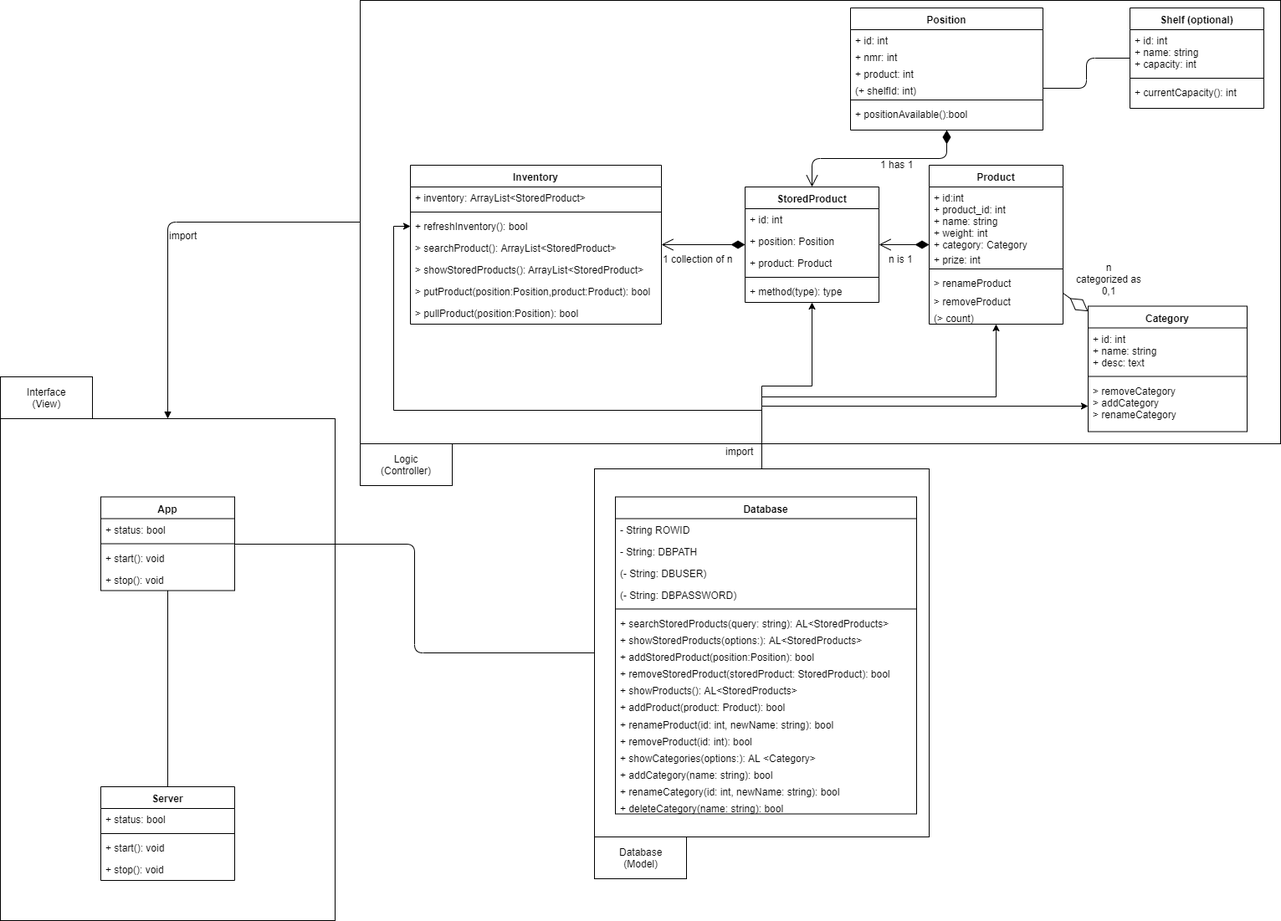
The draw.io diagram dev/models/UML Klassendiagram.png in callidaria/pen-testing, before a commit. Source tidied: cells renumbered, new cells last; positions are measured from the earlier drawing's top-left corner, leaving out a move shared by most shapes.
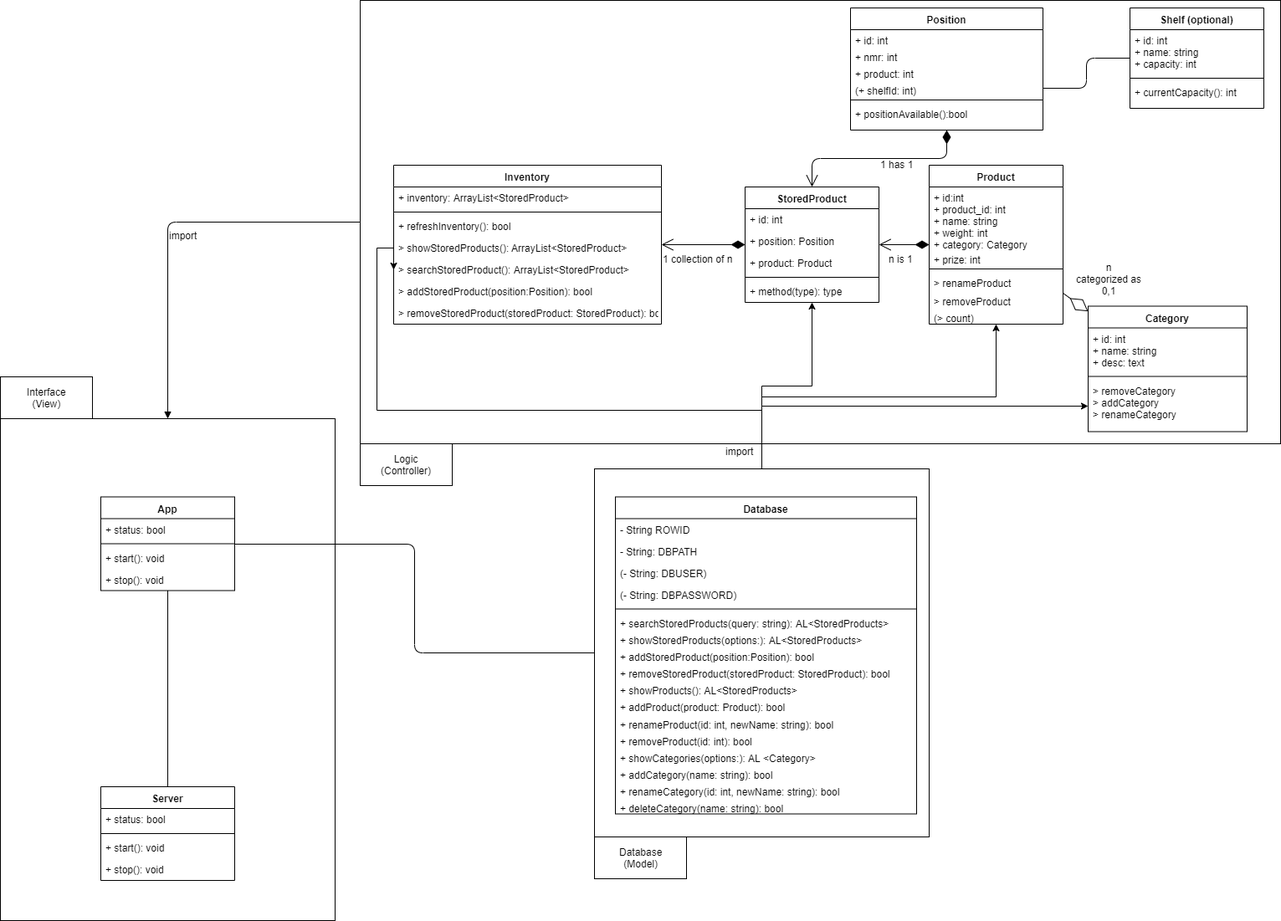
Later version of the same file.

The edit, as a diff of the source:
```diff
@@ -80,12 +80,13 @@
     <mxCell id="27" value="n&lt;br&gt;categorized as&lt;br&gt;0,1" style="text;html=1;align=center;verticalAlign=top;spacingTop=-4;" parent="1" vertex="1">
       <mxGeometry x="1280" y="310" width="90" height="40" as="geometry" />
     </mxCell>
-    <mxCell id="28" style="edgeStyle=orthogonalEdgeStyle;rounded=0;jettySize=auto;html=1;entryX=0;entryY=0.5;entryDx=0;entryDy=0;" parent="1" edge="1" source="3" target="51">
+    <mxCell id="28" style="edgeStyle=orthogonalEdgeStyle;rounded=0;jettySize=auto;html=1;entryX=0;entryY=0.5;entryDx=0;entryDy=0;" parent="1" edge="1" source="3">
       <mxGeometry relative="1" as="geometry">
+        <mxPoint x="470" y="322" as="targetPoint" />
         <Array as="points">
           <mxPoint x="910" y="490" />
-          <mxPoint x="470" y="490" />
-          <mxPoint x="470" y="270" />
+          <mxPoint x="450" y="490" />
+          <mxPoint x="450" y="296" />
         </Array>
       </mxGeometry>
     </mxCell>
@@ -147,28 +148,28 @@
       <mxGeometry relative="1" as="geometry" />
     </mxCell>
     <mxCell id="48" value="Inventory" style="swimlane;fontStyle=1;align=center;verticalAlign=top;horizontal=1;startSize=26;" parent="1" vertex="1">
-      <mxGeometry x="490" y="197" width="300" height="190" as="geometry" />
+      <mxGeometry x="470" y="197" width="320" height="190" as="geometry" />
     </mxCell>
     <mxCell id="49" value="+ inventory: ArrayList&lt;StoredProduct&gt;" style="text;strokeColor=none;fillColor=none;align=left;verticalAlign=top;spacingLeft=4;spacingRight=4;overflow=hidden;" parent="48" vertex="1">
-      <mxGeometry y="26" width="300" height="26" as="geometry" />
+      <mxGeometry y="26" width="320" height="26" as="geometry" />
     </mxCell>
     <mxCell id="50" style="line;strokeWidth=1;fillColor=none;align=left;verticalAlign=middle;spacingTop=-1;spacingLeft=3;spacingRight=3;labelPosition=right;" parent="48" vertex="1">
-      <mxGeometry y="52" width="300" height="8" as="geometry" />
+      <mxGeometry y="52" width="320" height="8" as="geometry" />
     </mxCell>
     <mxCell id="51" value="+ refreshInventory(): bool" style="text;strokeColor=none;fillColor=none;align=left;verticalAlign=top;spacingLeft=4;spacingRight=4;overflow=hidden;points=[[0,0.5],[1,0.5]];portConstraint=eastwest;" parent="48" vertex="1">
-      <mxGeometry y="60" width="300" height="26" as="geometry" />
+      <mxGeometry y="60" width="320" height="26" as="geometry" />
     </mxCell>
-    <mxCell id="52" value="&gt; searchProduct(): ArrayList&lt;StoredProduct&gt;" style="text;strokeColor=none;fillColor=none;align=left;verticalAlign=top;spacingLeft=4;spacingRight=4;overflow=hidden;" parent="48" vertex="1">
-      <mxGeometry y="86" width="300" height="26" as="geometry" />
-    </mxCell>
     <mxCell id="53" value="&gt; showStoredProducts(): ArrayList&lt;StoredProduct&gt;" style="text;strokeColor=none;fillColor=none;align=left;verticalAlign=top;spacingLeft=4;spacingRight=4;overflow=hidden;" parent="48" vertex="1">
-      <mxGeometry y="112" width="300" height="26" as="geometry" />
+      <mxGeometry y="86" width="320" height="26" as="geometry" />
     </mxCell>
+    <mxCell id="91" value="&gt; searchStoredProduct(): ArrayList&lt;StoredProduct&gt;" style="text;strokeColor=none;fillColor=none;align=left;verticalAlign=top;spacingLeft=4;spacingRight=4;overflow=hidden;" parent="48" vertex="1">
+      <mxGeometry y="112" width="320" height="26" as="geometry" />
+    </mxCell>
-    <mxCell id="54" value="&gt; putProduct(position:Position,product:Product): bool" style="text;strokeColor=none;fillColor=none;align=left;verticalAlign=top;spacingLeft=4;spacingRight=4;overflow=hidden;" parent="48" vertex="1">
-      <mxGeometry y="138" width="300" height="26" as="geometry" />
+    <mxCell id="54" value="&gt; addStoredProduct(position:Position): bool" style="text;strokeColor=none;fillColor=none;align=left;verticalAlign=top;spacingLeft=4;spacingRight=4;overflow=hidden;" parent="48" vertex="1">
+      <mxGeometry y="138" width="320" height="26" as="geometry" />
     </mxCell>
-    <mxCell id="55" value="&gt; pullProduct(position:Position): bool" style="text;strokeColor=none;fillColor=none;align=left;verticalAlign=top;spacingLeft=4;spacingRight=4;overflow=hidden;" parent="48" vertex="1">
-      <mxGeometry y="164" width="300" height="26" as="geometry" />
+    <mxCell id="55" value="&gt; removeStoredProduct(storedProduct: StoredProduct): bool" style="text;strokeColor=none;fillColor=none;align=left;verticalAlign=top;spacingLeft=4;spacingRight=4;overflow=hidden;" parent="48" vertex="1">
+      <mxGeometry y="164" width="320" height="26" as="geometry" />
     </mxCell>
     <mxCell id="56" style="edgeStyle=orthogonalEdgeStyle;rounded=0;jettySize=auto;html=1;" parent="1" edge="1" source="3" target="16">
       <mxGeometry relative="1" as="geometry" />
```
